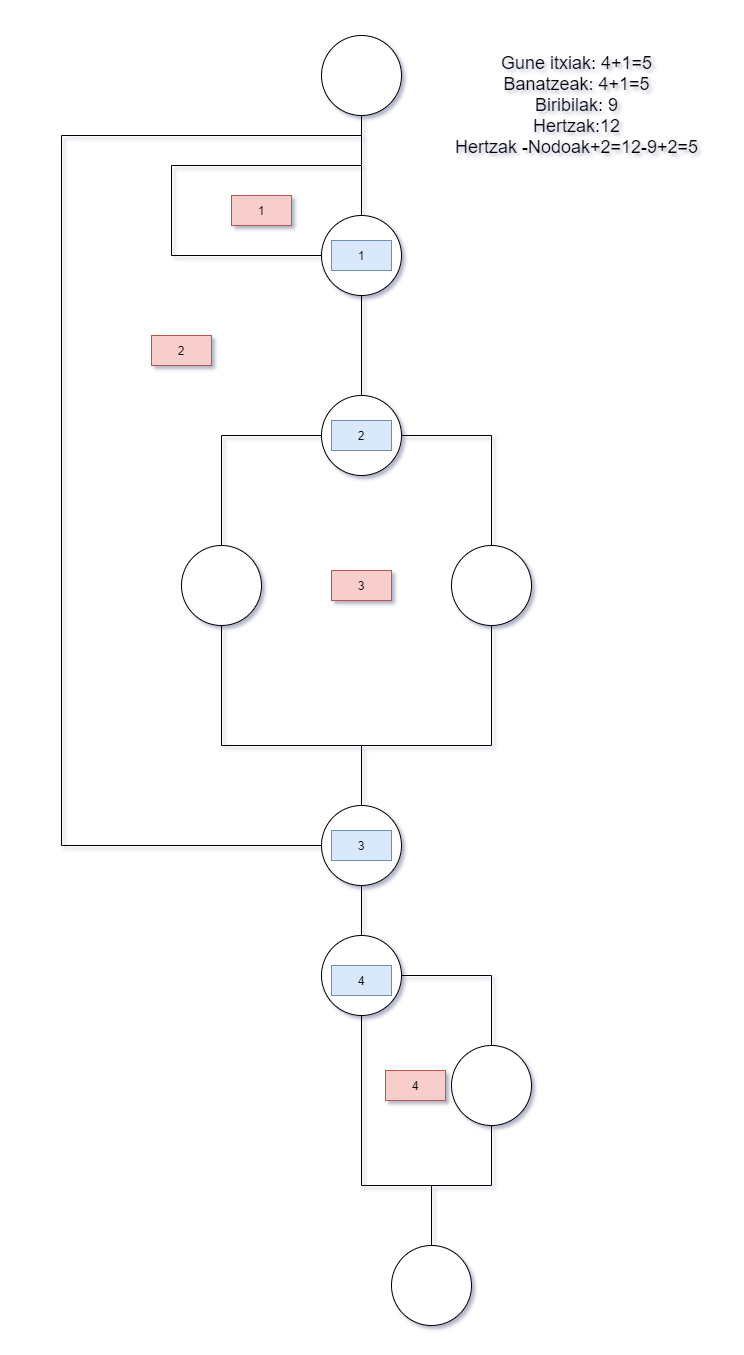
This is dokumentazioa/EskatuDiruaGrafo.png from boguminillo/SaltzekoMakina, a draw.io export, as it was before one commit. Source tidied: cells renumbered, new cells last; positions are measured from the earlier drawing's top-left corner, leaving out a move shared by most shapes. Its diagram source:
```xml
<mxGraphModel>
  <root>
    <mxCell id="0" />
    <mxCell id="1" parent="0" />
    <mxCell id="2" style="edgeStyle=orthogonalEdgeStyle;rounded=0;jettySize=auto;html=1;entryX=0.5;entryY=0;entryDx=0;entryDy=0;fontColor=default;endArrow=none;endFill=0;strokeColor=default;labelBackgroundColor=default;" parent="1" edge="1" source="3" target="6">
      <mxGeometry relative="1" as="geometry" />
    </mxCell>
    <mxCell id="3" style="ellipse;whiteSpace=wrap;html=1;fillColor=default;strokeColor=default;fontColor=default;" parent="1" vertex="1">
      <mxGeometry x="260" y="10" width="80" height="80" as="geometry" />
    </mxCell>
    <mxCell id="4" style="edgeStyle=orthogonalEdgeStyle;rounded=0;jettySize=auto;html=1;entryX=0.5;entryY=0;entryDx=0;entryDy=0;labelBackgroundColor=default;fontColor=default;endArrow=none;endFill=0;strokeColor=default;" parent="1" edge="1" source="6" target="9">
      <mxGeometry relative="1" as="geometry" />
    </mxCell>
    <mxCell id="5" style="edgeStyle=orthogonalEdgeStyle;rounded=0;jettySize=auto;html=1;labelBackgroundColor=default;fontColor=default;endArrow=none;endFill=0;strokeColor=default;" parent="1" edge="1" source="6">
      <mxGeometry relative="1" as="geometry">
        <mxPoint x="110" y="230" as="targetPoint" />
      </mxGeometry>
    </mxCell>
    <mxCell id="6" style="ellipse;whiteSpace=wrap;html=1;fontColor=default;strokeColor=default;fillColor=default;" parent="1" vertex="1">
      <mxGeometry x="260" y="190" width="80" height="80" as="geometry" />
    </mxCell>
    <mxCell id="7" style="edgeStyle=orthogonalEdgeStyle;rounded=0;jettySize=auto;html=1;labelBackgroundColor=default;fontColor=default;endArrow=none;endFill=0;strokeColor=default;" parent="1" edge="1" source="9">
      <mxGeometry relative="1" as="geometry">
        <mxPoint x="160" y="410" as="targetPoint" />
      </mxGeometry>
    </mxCell>
    <mxCell id="8" style="edgeStyle=orthogonalEdgeStyle;rounded=0;jettySize=auto;html=1;labelBackgroundColor=default;fontColor=default;endArrow=none;endFill=0;strokeColor=default;" parent="1" edge="1" source="9">
      <mxGeometry relative="1" as="geometry">
        <mxPoint x="430" y="410" as="targetPoint" />
      </mxGeometry>
    </mxCell>
    <mxCell id="9" style="ellipse;whiteSpace=wrap;html=1;fontColor=default;strokeColor=default;fillColor=default;" parent="1" vertex="1">
      <mxGeometry x="260" y="370" width="80" height="80" as="geometry" />
    </mxCell>
    <mxCell id="10" style="endArrow=none;html=1;rounded=0;labelBackgroundColor=default;fontColor=default;strokeColor=default;" parent="1" edge="1">
      <mxGeometry relative="1" as="geometry">
        <mxPoint x="110" y="230" as="sourcePoint" />
        <mxPoint x="110" y="140" as="targetPoint" />
      </mxGeometry>
    </mxCell>
    <mxCell id="11" style="endArrow=none;html=1;rounded=0;labelBackgroundColor=default;fontColor=default;strokeColor=default;" parent="1" edge="1">
      <mxGeometry relative="1" as="geometry">
        <mxPoint x="110" y="140" as="sourcePoint" />
        <mxPoint x="300" y="140" as="targetPoint" />
      </mxGeometry>
    </mxCell>
    <mxCell id="12" style="endArrow=none;html=1;rounded=0;labelBackgroundColor=default;fontColor=default;strokeColor=default;" parent="1" edge="1">
      <mxGeometry relative="1" as="geometry">
        <mxPoint x="160" y="520" as="sourcePoint" />
        <mxPoint x="160" y="410" as="targetPoint" />
      </mxGeometry>
    </mxCell>
    <mxCell id="13" style="endArrow=none;html=1;rounded=0;labelBackgroundColor=default;fontColor=default;strokeColor=default;" parent="1" edge="1">
      <mxGeometry relative="1" as="geometry">
        <mxPoint x="430" y="520" as="sourcePoint" />
        <mxPoint x="430" y="410" as="targetPoint" />
      </mxGeometry>
    </mxCell>
    <mxCell id="14" style="ellipse;whiteSpace=wrap;html=1;fontColor=default;strokeColor=default;fillColor=default;" parent="1" vertex="1">
      <mxGeometry x="120" y="520" width="80" height="80" as="geometry" />
    </mxCell>
    <mxCell id="15" style="ellipse;whiteSpace=wrap;html=1;fontColor=default;strokeColor=default;fillColor=default;" parent="1" vertex="1">
      <mxGeometry x="390" y="520" width="80" height="80" as="geometry" />
    </mxCell>
    <mxCell id="16" style="endArrow=none;html=1;rounded=0;labelBackgroundColor=default;fontColor=default;strokeColor=default;" parent="1" edge="1">
      <mxGeometry relative="1" as="geometry">
        <mxPoint x="160" y="720" as="sourcePoint" />
        <mxPoint x="160" y="600" as="targetPoint" />
      </mxGeometry>
    </mxCell>
    <mxCell id="17" style="endArrow=none;html=1;rounded=0;labelBackgroundColor=default;fontColor=default;strokeColor=default;" parent="1" edge="1">
      <mxGeometry relative="1" as="geometry">
        <mxPoint x="430" y="720" as="sourcePoint" />
        <mxPoint x="430" y="600" as="targetPoint" />
      </mxGeometry>
    </mxCell>
    <mxCell id="18" style="endArrow=none;html=1;rounded=0;labelBackgroundColor=default;fontColor=default;strokeColor=default;" parent="1" edge="1">
      <mxGeometry relative="1" as="geometry">
        <mxPoint x="160" y="720" as="sourcePoint" />
        <mxPoint x="430" y="720" as="targetPoint" />
      </mxGeometry>
    </mxCell>
    <mxCell id="19" style="endArrow=none;html=1;rounded=0;labelBackgroundColor=default;fontColor=default;strokeColor=default;" parent="1" edge="1">
      <mxGeometry relative="1" as="geometry">
        <mxPoint x="300" y="780" as="sourcePoint" />
        <mxPoint x="300" y="720" as="targetPoint" />
      </mxGeometry>
    </mxCell>
    <mxCell id="20" style="edgeStyle=orthogonalEdgeStyle;rounded=0;jettySize=auto;html=1;labelBackgroundColor=default;fontColor=default;endArrow=none;endFill=0;strokeColor=default;" parent="1" edge="1" source="22">
      <mxGeometry relative="1" as="geometry">
        <mxPoint y="820" as="targetPoint" />
      </mxGeometry>
    </mxCell>
    <mxCell id="21" style="edgeStyle=orthogonalEdgeStyle;rounded=0;jettySize=auto;html=1;labelBackgroundColor=default;fontColor=default;endArrow=none;endFill=0;strokeColor=default;" parent="1" edge="1" source="22">
      <mxGeometry relative="1" as="geometry">
        <mxPoint x="300" y="910" as="targetPoint" />
      </mxGeometry>
    </mxCell>
    <mxCell id="22" style="ellipse;whiteSpace=wrap;html=1;fontColor=default;strokeColor=default;fillColor=default;" parent="1" vertex="1">
      <mxGeometry x="260" y="780" width="80" height="80" as="geometry" />
    </mxCell>
    <mxCell id="23" style="endArrow=none;html=1;rounded=0;labelBackgroundColor=default;fontColor=default;strokeColor=default;" parent="1" edge="1">
      <mxGeometry relative="1" as="geometry">
        <mxPoint y="820" as="sourcePoint" />
        <mxPoint y="110" as="targetPoint" />
      </mxGeometry>
    </mxCell>
    <mxCell id="24" style="endArrow=none;html=1;rounded=0;labelBackgroundColor=default;fontColor=default;strokeColor=default;" parent="1" edge="1">
      <mxGeometry relative="1" as="geometry">
        <mxPoint y="110" as="sourcePoint" />
        <mxPoint x="300" y="110" as="targetPoint" />
      </mxGeometry>
    </mxCell>
    <mxCell id="25" style="edgeStyle=orthogonalEdgeStyle;rounded=0;jettySize=auto;html=1;labelBackgroundColor=default;fontColor=default;endArrow=none;endFill=0;strokeColor=default;" parent="1" edge="1" source="27">
      <mxGeometry relative="1" as="geometry">
        <mxPoint x="430" y="950" as="targetPoint" />
      </mxGeometry>
    </mxCell>
    <mxCell id="26" style="edgeStyle=orthogonalEdgeStyle;rounded=0;jettySize=auto;html=1;labelBackgroundColor=default;fontColor=default;endArrow=none;endFill=0;strokeColor=default;" parent="1" edge="1" source="27">
      <mxGeometry relative="1" as="geometry">
        <mxPoint x="300" y="1160" as="targetPoint" />
      </mxGeometry>
    </mxCell>
    <mxCell id="27" style="ellipse;whiteSpace=wrap;html=1;fontColor=default;strokeColor=default;fillColor=default;" parent="1" vertex="1">
      <mxGeometry x="260" y="910" width="80" height="80" as="geometry" />
    </mxCell>
    <mxCell id="28" style="endArrow=none;html=1;rounded=0;labelBackgroundColor=default;fontColor=default;strokeColor=default;" parent="1" edge="1">
      <mxGeometry relative="1" as="geometry">
        <mxPoint x="430" y="1020" as="sourcePoint" />
        <mxPoint x="430" y="950" as="targetPoint" />
      </mxGeometry>
    </mxCell>
    <mxCell id="29" style="edgeStyle=orthogonalEdgeStyle;rounded=0;jettySize=auto;html=1;labelBackgroundColor=default;fontColor=default;endArrow=none;endFill=0;strokeColor=default;" parent="1" edge="1" source="30">
      <mxGeometry relative="1" as="geometry">
        <mxPoint x="430" y="1160" as="targetPoint" />
      </mxGeometry>
    </mxCell>
    <mxCell id="30" style="ellipse;whiteSpace=wrap;html=1;fontColor=default;strokeColor=default;fillColor=default;" parent="1" vertex="1">
      <mxGeometry x="390" y="1020" width="80" height="80" as="geometry" />
    </mxCell>
    <mxCell id="31" style="endArrow=none;html=1;rounded=0;labelBackgroundColor=default;fontColor=default;strokeColor=default;" parent="1" edge="1">
      <mxGeometry relative="1" as="geometry">
        <mxPoint x="300" y="1160" as="sourcePoint" />
        <mxPoint x="430" y="1160" as="targetPoint" />
      </mxGeometry>
    </mxCell>
    <mxCell id="32" value="1" style="text;html=1;strokeColor=#b85450;fillColor=#f8cecc;align=center;verticalAlign=middle;whiteSpace=wrap;rounded=0;fontColor=default;" parent="1" vertex="1">
      <mxGeometry x="170" y="170" width="60" height="30" as="geometry" />
    </mxCell>
    <mxCell id="33" value="2" style="text;html=1;strokeColor=#b85450;fillColor=#f8cecc;align=center;verticalAlign=middle;whiteSpace=wrap;rounded=0;fontColor=default;" parent="1" vertex="1">
      <mxGeometry x="90" y="310" width="60" height="30" as="geometry" />
    </mxCell>
    <mxCell id="34" value="3" style="text;html=1;strokeColor=#b85450;fillColor=#f8cecc;align=center;verticalAlign=middle;whiteSpace=wrap;rounded=0;fontColor=default;" parent="1" vertex="1">
      <mxGeometry x="270" y="545" width="60" height="30" as="geometry" />
    </mxCell>
    <mxCell id="35" value="4" style="text;html=1;strokeColor=#b85450;fillColor=#f8cecc;align=center;verticalAlign=middle;whiteSpace=wrap;rounded=0;fontColor=default;" parent="1" vertex="1">
      <mxGeometry x="324" y="1045" width="60" height="30" as="geometry" />
    </mxCell>
    <mxCell id="36" value="1" style="text;html=1;strokeColor=#6c8ebf;fillColor=#dae8fc;align=center;verticalAlign=middle;whiteSpace=wrap;rounded=0;fontColor=default;" parent="1" vertex="1">
      <mxGeometry x="270" y="215" width="60" height="30" as="geometry" />
    </mxCell>
    <mxCell id="37" value="4" style="text;html=1;strokeColor=#6c8ebf;fillColor=#dae8fc;align=center;verticalAlign=middle;whiteSpace=wrap;rounded=0;fontColor=default;" parent="1" vertex="1">
      <mxGeometry x="270" y="940" width="60" height="30" as="geometry" />
    </mxCell>
    <mxCell id="38" value="&lt;font style=&quot;font-size: 18px&quot;&gt;Gune itxiak: 4+1=5&lt;br&gt;Banatzeak: 4+1=5&lt;br&gt;Biribilak: 9&lt;br&gt;Hertzak:12&lt;br&gt;Hertzak -Nodoak+2=12-9+2=5&lt;br&gt;&lt;/font&gt;" style="text;html=1;strokeColor=none;fillColor=none;align=center;verticalAlign=middle;whiteSpace=wrap;rounded=0;fontColor=default;" parent="1" vertex="1">
      <mxGeometry x="391" width="249" height="160" as="geometry" />
    </mxCell>
    <mxCell id="39" style="endArrow=none;html=1;rounded=0;labelBackgroundColor=default;fontColor=default;strokeColor=default;" parent="1" edge="1">
      <mxGeometry relative="1" as="geometry">
        <mxPoint x="370" y="1220" as="sourcePoint" />
        <mxPoint x="370" y="1160" as="targetPoint" />
      </mxGeometry>
    </mxCell>
    <mxCell id="40" style="ellipse;whiteSpace=wrap;html=1;fontColor=default;strokeColor=default;fillColor=default;" parent="1" vertex="1">
      <mxGeometry x="330" y="1220" width="80" height="80" as="geometry" />
    </mxCell>
    <mxCell id="41" value="2" style="text;html=1;strokeColor=#6c8ebf;fillColor=#dae8fc;align=center;verticalAlign=middle;whiteSpace=wrap;rounded=0;fontColor=default;" parent="1" vertex="1">
      <mxGeometry x="270" y="395" width="60" height="30" as="geometry" />
    </mxCell>
    <mxCell id="42" value="3" style="text;html=1;strokeColor=#6c8ebf;fillColor=#dae8fc;align=center;verticalAlign=middle;whiteSpace=wrap;rounded=0;fontColor=default;" parent="1" vertex="1">
      <mxGeometry x="270" y="805" width="60" height="30" as="geometry" />
    </mxCell>
  </root>
</mxGraphModel>
```
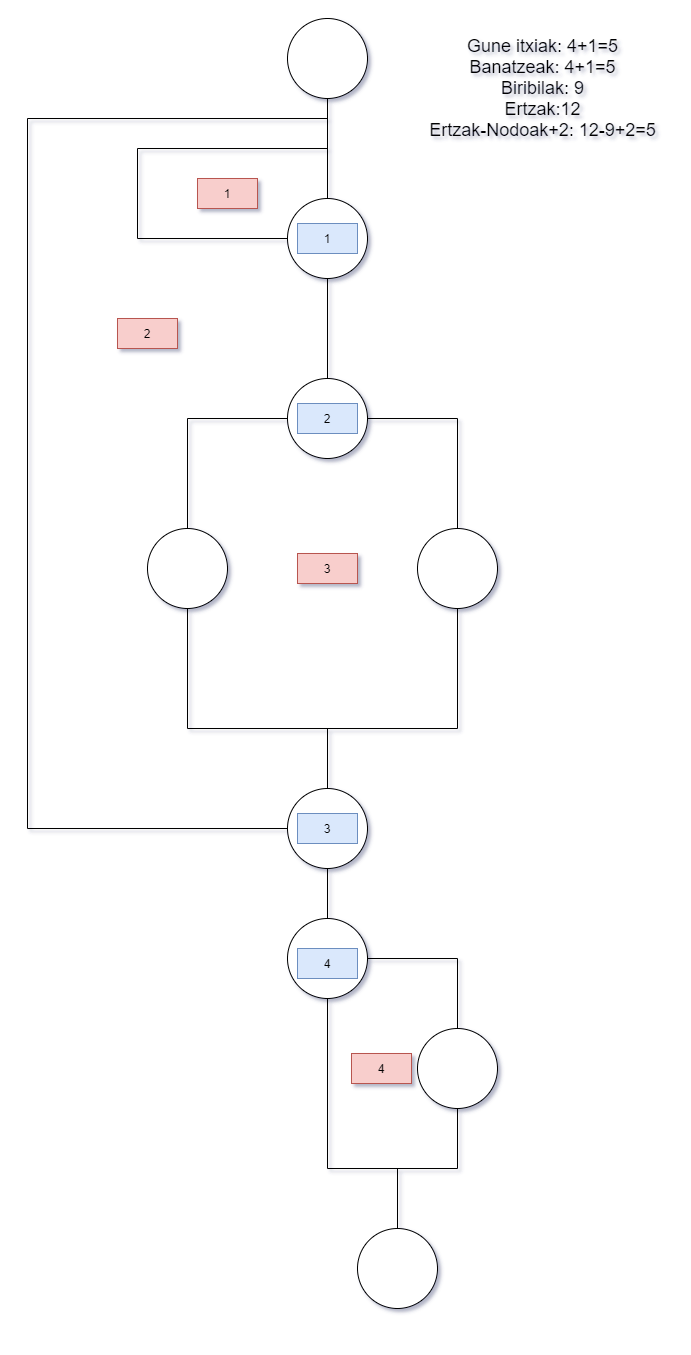
The same file after the commit.

Diff of the diagram source:
```diff
@@ -162,7 +162,7 @@
     <mxCell id="37" value="4" style="text;html=1;strokeColor=#6c8ebf;fillColor=#dae8fc;align=center;verticalAlign=middle;whiteSpace=wrap;rounded=0;fontColor=default;" parent="1" vertex="1">
       <mxGeometry x="270" y="940" width="60" height="30" as="geometry" />
     </mxCell>
-    <mxCell id="38" value="&lt;font style=&quot;font-size: 18px&quot;&gt;Gune itxiak: 4+1=5&lt;br&gt;Banatzeak: 4+1=5&lt;br&gt;Biribilak: 9&lt;br&gt;Hertzak:12&lt;br&gt;Hertzak -Nodoak+2=12-9+2=5&lt;br&gt;&lt;/font&gt;" style="text;html=1;strokeColor=none;fillColor=none;align=center;verticalAlign=middle;whiteSpace=wrap;rounded=0;fontColor=default;" parent="1" vertex="1">
+    <mxCell id="38" value="&lt;font style=&quot;font-size: 18px&quot;&gt;Gune itxiak: 4+1=5&lt;br&gt;Banatzeak: 4+1=5&lt;br&gt;Biribilak: 9&lt;br&gt;Ertzak:12&lt;br&gt;Ertzak-Nodoak+2: 12-9+2=5&lt;br&gt;&lt;/font&gt;" style="text;html=1;strokeColor=none;fillColor=none;align=center;verticalAlign=middle;whiteSpace=wrap;rounded=0;fontColor=default;" parent="1" vertex="1">
       <mxGeometry x="391" width="249" height="160" as="geometry" />
     </mxCell>
     <mxCell id="39" style="endArrow=none;html=1;rounded=0;labelBackgroundColor=default;fontColor=default;strokeColor=default;" parent="1" edge="1">
```
